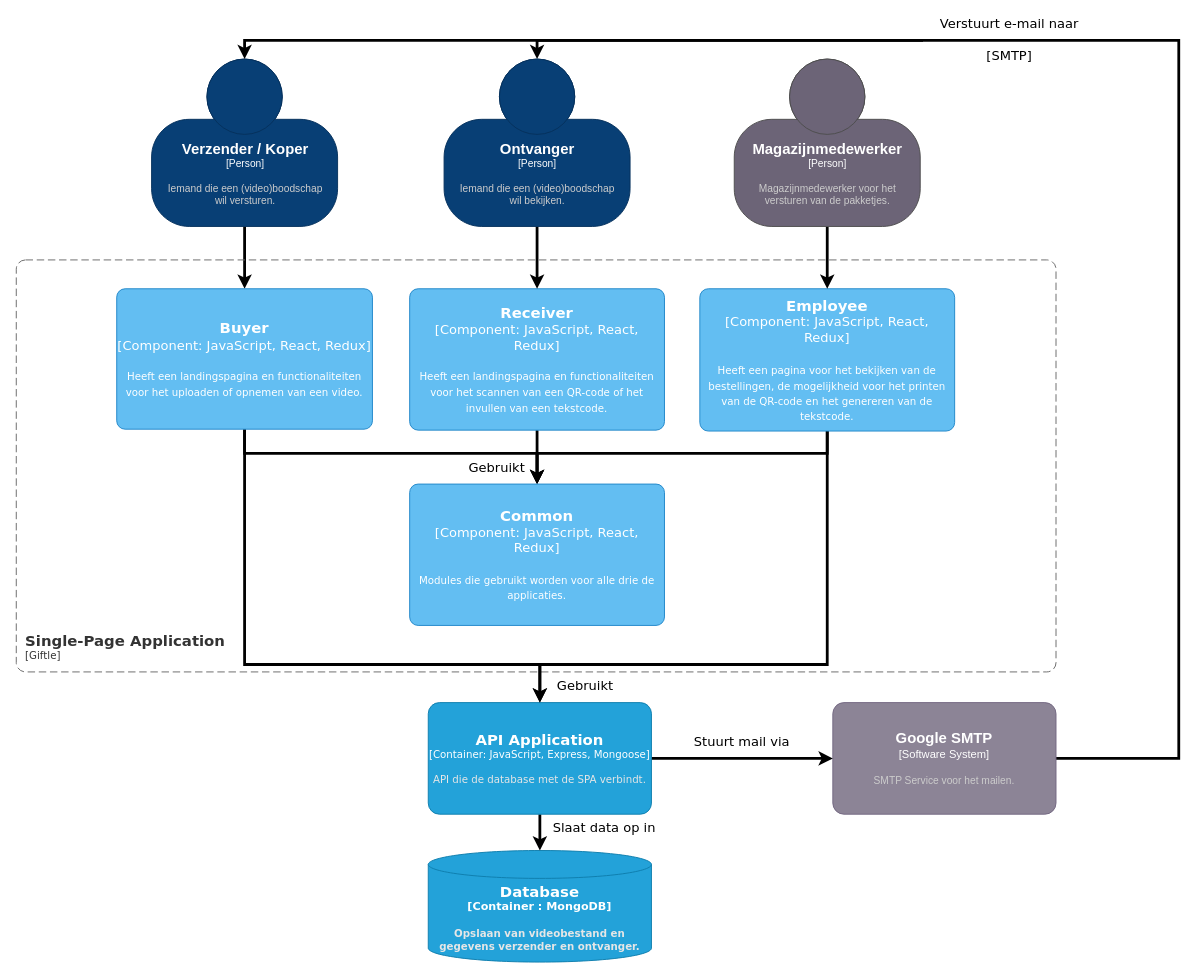
Before: koeskoes/3.Sprint2/Documentatie/Software Guidebook/assets/software_architecture/component_diagram.drawio in HANICA-DWA/sep2021-project-koeskoes, a draw.io diagram. Source tidied: cells renumbered, new cells numbered last; positions are measured from the earlier drawing's top-left corner, leaving out a move shared by most shapes. Both pictures are drawn from the tidied source at 93%, with x=0, y=0 at pixel (16, 25).
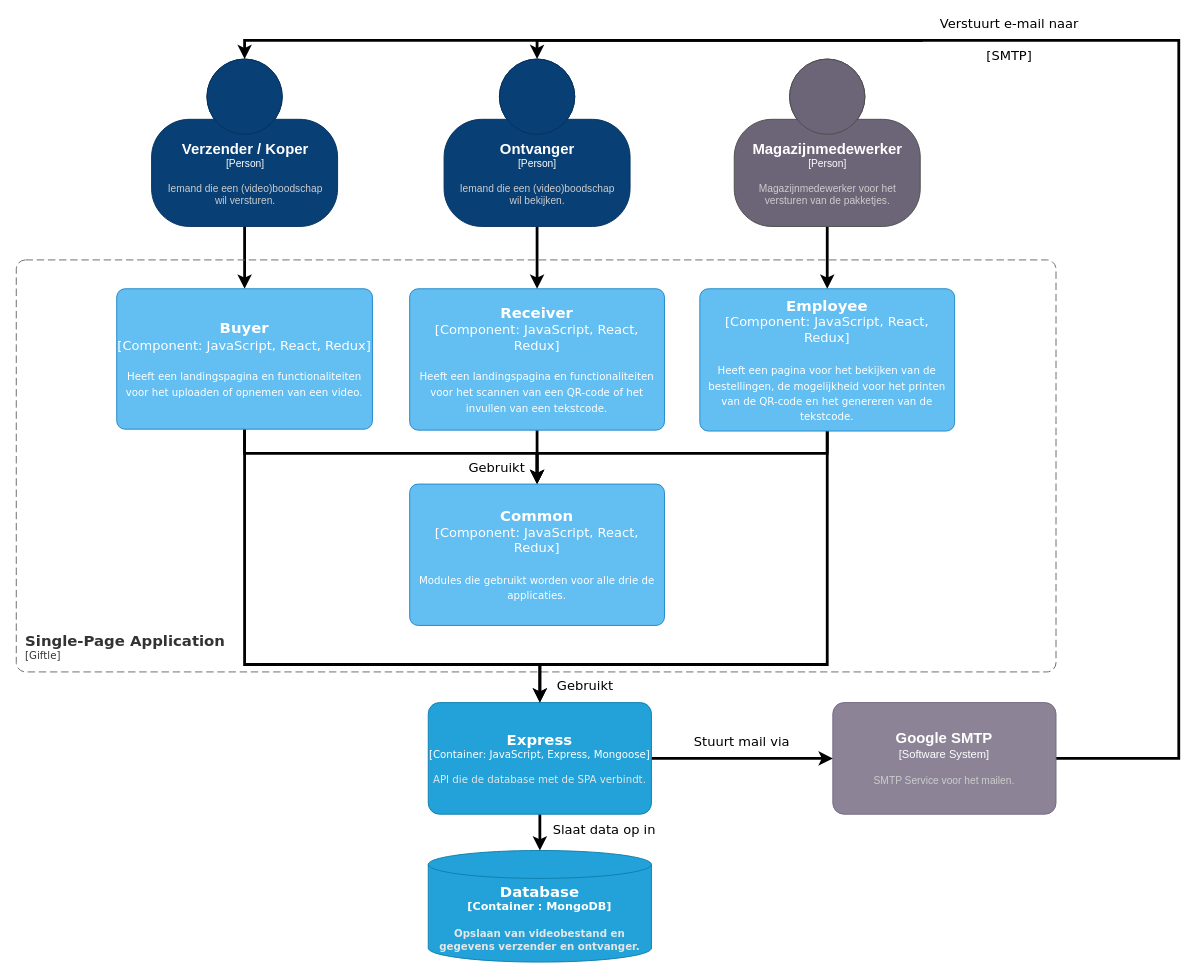
Above is the later version.

What changed in the source:
```diff
@@
-    <object id="11" label="&lt;font style=&quot;font-size: 16px&quot;&gt;&lt;b&gt;%c4Name%&lt;/b&gt;&lt;/font&gt;&lt;div&gt;[%c4Type%: %c4Technology%]&lt;/div&gt;&lt;br&gt;&lt;div&gt;&lt;font style=&quot;font-size: 11px&quot;&gt;&lt;font color=&quot;#E6E6E6&quot;&gt;%c4Description%&lt;/font&gt;&lt;/div&gt;" c4Description="API die de database met de SPA verbindt." c4Name="API Application" c4Technology="JavaScript, Express, Mongoose" c4Type="Container" placeholders="1">
+    <object id="11" label="&lt;font style=&quot;font-size: 16px&quot;&gt;&lt;b&gt;%c4Name%&lt;/b&gt;&lt;/font&gt;&lt;div&gt;[%c4Type%: %c4Technology%]&lt;/div&gt;&lt;br&gt;&lt;div&gt;&lt;font style=&quot;font-size: 11px&quot;&gt;&lt;font color=&quot;#E6E6E6&quot;&gt;%c4Description%&lt;/font&gt;&lt;/div&gt;" c4Description="API die de database met de SPA verbindt." c4Name="Express" c4Technology="JavaScript, Express, Mongoose" c4Type="Container" placeholders="1">
       <mxCell style="rounded=1;whiteSpace=wrap;html=1;fontSize=11;labelBackgroundColor=none;fillColor=#23A2D9;fontColor=#ffffff;align=center;arcSize=10;strokeColor=#0E7DAD;points=[[0.25,0,0],[0.5,0,0],[0.75,0,0],[1,0.25,0],[1,0.5,0],[1,0.75,0],[0.75,1,0],[0.5,1,0],[0.25,1,0],[0,0.75,0],[0,0.5,0],[0,0.25,0]];fontFamily=Verdana;" parent="1" vertex="1">
         <mxGeometry x="443" y="728" width="240" height="120" as="geometry" />
       </mxCell>
     </object>
     <mxCell id="12" value="Slaat data op in" style="text;html=1;strokeColor=none;fillColor=none;align=center;verticalAlign=middle;whiteSpace=wrap;rounded=0;fontFamily=Verdana;fontSize=14;fontColor=#000000;" parent="1" vertex="1">
-      <mxGeometry x="574" y="848" width="117" height="30" as="geometry" />
+      <mxGeometry x="574" y="850" width="117" height="30" as="geometry" />
     </mxCell>
```
